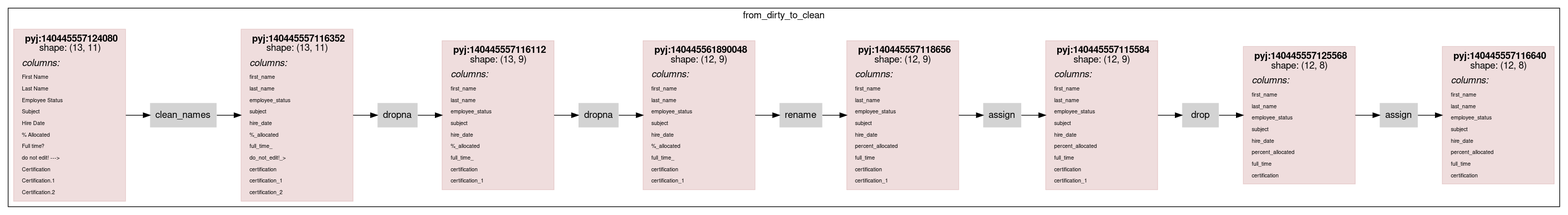
This is scripts/rdflog/dirty-clean-w-cmp.ttl.dot.png from asmirnov69/pyjviz-poc, a Graphviz export, as it was before one commit. Its source is kept beside it as scripts/rdflog/dirty-clean-w-cmp.ttl.dot. The source it was exported from:
```dot
    digraph G {
    rankdir = "LR"
    fontname="Helvetica,Arial,sans-serif"
    node [
      style=filled
      shape=rect
      pencolor="#00000044" // frames color
      fontname="Helvetica,Arial,sans-serif"
      shape=plaintext
    ]
    edge [fontname="Helvetica,Arial,sans-serif"]

node0_0 [
                color="#88000022"
                shape = rect
                label = <<table border="0" cellborder="0" cellspacing="0" cellpadding="4">
                         <tr> <td> <b>pyj:140445557124080</b><br/>shape: (13, 11)</td> </tr>
                         <tr> <td align="left"><i>columns:</i><br align="left"/></td></tr>
                <tr><td align="left"><FONT POINT-SIZE="8px">First Name</FONT></td></tr>
<tr><td align="left"><FONT POINT-SIZE="8px">Last Name</FONT></td></tr>
<tr><td align="left"><FONT POINT-SIZE="8px">Employee Status</FONT></td></tr>
<tr><td align="left"><FONT POINT-SIZE="8px">Subject</FONT></td></tr>
<tr><td align="left"><FONT POINT-SIZE="8px">Hire Date</FONT></td></tr>
<tr><td align="left"><FONT POINT-SIZE="8px">% Allocated</FONT></td></tr>
<tr><td align="left"><FONT POINT-SIZE="8px">Full time?</FONT></td></tr>
<tr><td align="left"><FONT POINT-SIZE="8px">do not edit! ---&gt;</FONT></td></tr>
<tr><td align="left"><FONT POINT-SIZE="8px">Certification</FONT></td></tr>
<tr><td align="left"><FONT POINT-SIZE="8px">Certification.1</FONT></td></tr>
<tr><td align="left"><FONT POINT-SIZE="8px">Certification.2</FONT></td></tr>
                         </table>>
                ];
node0_1 [
                color="#88000022"
                shape = rect
                label = <<table border="0" cellborder="0" cellspacing="0" cellpadding="4">
                         <tr> <td> <b>pyj:140445557116352</b><br/>shape: (13, 11)</td> </tr>
                         <tr> <td align="left"><i>columns:</i><br align="left"/></td></tr>
                <tr><td align="left"><FONT POINT-SIZE="8px">first_name</FONT></td></tr>
<tr><td align="left"><FONT POINT-SIZE="8px">last_name</FONT></td></tr>
<tr><td align="left"><FONT POINT-SIZE="8px">employee_status</FONT></td></tr>
<tr><td align="left"><FONT POINT-SIZE="8px">subject</FONT></td></tr>
<tr><td align="left"><FONT POINT-SIZE="8px">hire_date</FONT></td></tr>
<tr><td align="left"><FONT POINT-SIZE="8px">%_allocated</FONT></td></tr>
<tr><td align="left"><FONT POINT-SIZE="8px">full_time_</FONT></td></tr>
<tr><td align="left"><FONT POINT-SIZE="8px">do_not_edit!_&gt;</FONT></td></tr>
<tr><td align="left"><FONT POINT-SIZE="8px">certification</FONT></td></tr>
<tr><td align="left"><FONT POINT-SIZE="8px">certification_1</FONT></td></tr>
<tr><td align="left"><FONT POINT-SIZE="8px">certification_2</FONT></td></tr>
                         </table>>
                ];
node0_2 [
                color="#88000022"
                shape = rect
                label = <<table border="0" cellborder="0" cellspacing="0" cellpadding="4">
                         <tr> <td> <b>pyj:140445557116112</b><br/>shape: (13, 9)</td> </tr>
                         <tr> <td align="left"><i>columns:</i><br align="left"/></td></tr>
                <tr><td align="left"><FONT POINT-SIZE="8px">first_name</FONT></td></tr>
<tr><td align="left"><FONT POINT-SIZE="8px">last_name</FONT></td></tr>
<tr><td align="left"><FONT POINT-SIZE="8px">employee_status</FONT></td></tr>
<tr><td align="left"><FONT POINT-SIZE="8px">subject</FONT></td></tr>
<tr><td align="left"><FONT POINT-SIZE="8px">hire_date</FONT></td></tr>
<tr><td align="left"><FONT POINT-SIZE="8px">%_allocated</FONT></td></tr>
<tr><td align="left"><FONT POINT-SIZE="8px">full_time_</FONT></td></tr>
<tr><td align="left"><FONT POINT-SIZE="8px">certification</FONT></td></tr>
<tr><td align="left"><FONT POINT-SIZE="8px">certification_1</FONT></td></tr>
                         </table>>
                ];
node0_3 [
                color="#88000022"
                shape = rect
                label = <<table border="0" cellborder="0" cellspacing="0" cellpadding="4">
                         <tr> <td> <b>pyj:140445561890048</b><br/>shape: (12, 9)</td> </tr>
                         <tr> <td align="left"><i>columns:</i><br align="left"/></td></tr>
                <tr><td align="left"><FONT POINT-SIZE="8px">first_name</FONT></td></tr>
<tr><td align="left"><FONT POINT-SIZE="8px">last_name</FONT></td></tr>
<tr><td align="left"><FONT POINT-SIZE="8px">employee_status</FONT></td></tr>
<tr><td align="left"><FONT POINT-SIZE="8px">subject</FONT></td></tr>
<tr><td align="left"><FONT POINT-SIZE="8px">hire_date</FONT></td></tr>
<tr><td align="left"><FONT POINT-SIZE="8px">%_allocated</FONT></td></tr>
<tr><td align="left"><FONT POINT-SIZE="8px">full_time_</FONT></td></tr>
<tr><td align="left"><FONT POINT-SIZE="8px">certification</FONT></td></tr>
<tr><td align="left"><FONT POINT-SIZE="8px">certification_1</FONT></td></tr>
                         </table>>
                ];
node0_4 [
                color="#88000022"
                shape = rect
                label = <<table border="0" cellborder="0" cellspacing="0" cellpadding="4">
                         <tr> <td> <b>pyj:140445557118656</b><br/>shape: (12, 9)</td> </tr>
                         <tr> <td align="left"><i>columns:</i><br align="left"/></td></tr>
                <tr><td align="left"><FONT POINT-SIZE="8px">first_name</FONT></td></tr>
<tr><td align="left"><FONT POINT-SIZE="8px">last_name</FONT></td></tr>
<tr><td align="left"><FONT POINT-SIZE="8px">employee_status</FONT></td></tr>
<tr><td align="left"><FONT POINT-SIZE="8px">subject</FONT></td></tr>
<tr><td align="left"><FONT POINT-SIZE="8px">hire_date</FONT></td></tr>
<tr><td align="left"><FONT POINT-SIZE="8px">percent_allocated</FONT></td></tr>
<tr><td align="left"><FONT POINT-SIZE="8px">full_time</FONT></td></tr>
<tr><td align="left"><FONT POINT-SIZE="8px">certification</FONT></td></tr>
<tr><td align="left"><FONT POINT-SIZE="8px">certification_1</FONT></td></tr>
                         </table>>
                ];
node0_5 [
                color="#88000022"
                shape = rect
                label = <<table border="0" cellborder="0" cellspacing="0" cellpadding="4">
                         <tr> <td> <b>pyj:140445557115584</b><br/>shape: (12, 9)</td> </tr>
                         <tr> <td align="left"><i>columns:</i><br align="left"/></td></tr>
                <tr><td align="left"><FONT POINT-SIZE="8px">first_name</FONT></td></tr>
<tr><td align="left"><FONT POINT-SIZE="8px">last_name</FONT></td></tr>
<tr><td align="left"><FONT POINT-SIZE="8px">employee_status</FONT></td></tr>
<tr><td align="left"><FONT POINT-SIZE="8px">subject</FONT></td></tr>
<tr><td align="left"><FONT POINT-SIZE="8px">hire_date</FONT></td></tr>
<tr><td align="left"><FONT POINT-SIZE="8px">percent_allocated</FONT></td></tr>
<tr><td align="left"><FONT POINT-SIZE="8px">full_time</FONT></td></tr>
<tr><td align="left"><FONT POINT-SIZE="8px">certification</FONT></td></tr>
<tr><td align="left"><FONT POINT-SIZE="8px">certification_1</FONT></td></tr>
                         </table>>
                ];
node0_6 [
                color="#88000022"
                shape = rect
                label = <<table border="0" cellborder="0" cellspacing="0" cellpadding="4">
                         <tr> <td> <b>pyj:140445557125568</b><br/>shape: (12, 8)</td> </tr>
                         <tr> <td align="left"><i>columns:</i><br align="left"/></td></tr>
                <tr><td align="left"><FONT POINT-SIZE="8px">first_name</FONT></td></tr>
<tr><td align="left"><FONT POINT-SIZE="8px">last_name</FONT></td></tr>
<tr><td align="left"><FONT POINT-SIZE="8px">employee_status</FONT></td></tr>
<tr><td align="left"><FONT POINT-SIZE="8px">subject</FONT></td></tr>
<tr><td align="left"><FONT POINT-SIZE="8px">hire_date</FONT></td></tr>
<tr><td align="left"><FONT POINT-SIZE="8px">percent_allocated</FONT></td></tr>
<tr><td align="left"><FONT POINT-SIZE="8px">full_time</FONT></td></tr>
<tr><td align="left"><FONT POINT-SIZE="8px">certification</FONT></td></tr>
                         </table>>
                ];
node0_7 [
                color="#88000022"
                shape = rect
                label = <<table border="0" cellborder="0" cellspacing="0" cellpadding="4">
                         <tr> <td> <b>pyj:140445557116640</b><br/>shape: (12, 8)</td> </tr>
                         <tr> <td align="left"><i>columns:</i><br align="left"/></td></tr>
                <tr><td align="left"><FONT POINT-SIZE="8px">first_name</FONT></td></tr>
<tr><td align="left"><FONT POINT-SIZE="8px">last_name</FONT></td></tr>
<tr><td align="left"><FONT POINT-SIZE="8px">employee_status</FONT></td></tr>
<tr><td align="left"><FONT POINT-SIZE="8px">subject</FONT></td></tr>
<tr><td align="left"><FONT POINT-SIZE="8px">hire_date</FONT></td></tr>
<tr><td align="left"><FONT POINT-SIZE="8px">percent_allocated</FONT></td></tr>
<tr><td align="left"><FONT POINT-SIZE="8px">full_time</FONT></td></tr>
<tr><td align="left"><FONT POINT-SIZE="8px">certification</FONT></td></tr>
                         </table>>
                ];
node0_8 [ label = "clean_names" ];
node0_9 [ label = "dropna" ];
node0_10 [ label = "dropna" ];
node0_11 [ label = "rename" ];
node0_12 [ label = "assign" ];
node0_13 [ label = "drop" ];
node0_14 [ label = "assign" ];
subgraph cluster_0 {
label = "from_dirty_to_clean";
node0_0 -> node0_8;
node0_1 -> node0_9;
node0_2 -> node0_10;
node0_3 -> node0_11;
node0_4 -> node0_12;
node0_5 -> node0_13;
node0_6 -> node0_14;
node0_8 -> node0_1;
node0_9 -> node0_2;
node0_10 -> node0_3;
node0_11 -> node0_4;
node0_12 -> node0_5;
node0_13 -> node0_6;
node0_14 -> node0_7;
}
}
```
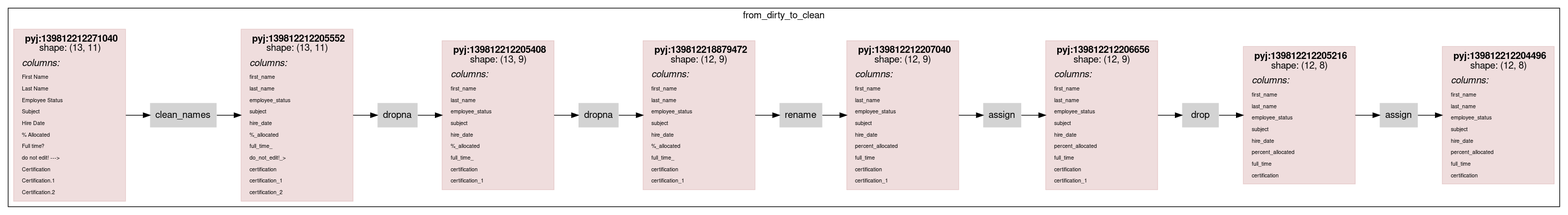
After the commit.

What changed in the source:
```diff
@@ -14,7 +14,7 @@
                 color="#88000022"
                 shape = rect
                 label = <<table border="0" cellborder="0" cellspacing="0" cellpadding="4">
-                         <tr> <td> <b>pyj:140445557124080</b><br/>shape: (13, 11)</td> </tr>
+                         <tr> <td> <b>pyj:139812212271040</b><br/>shape: (13, 11)</td> </tr>
                          <tr> <td align="left"><i>columns:</i><br align="left"/></td></tr>
                 <tr><td align="left"><FONT POINT-SIZE="8px">First Name</FONT></td></tr>
 <tr><td align="left"><FONT POINT-SIZE="8px">Last Name</FONT></td></tr>
@@ -33,7 +33,7 @@
                 color="#88000022"
                 shape = rect
                 label = <<table border="0" cellborder="0" cellspacing="0" cellpadding="4">
-                         <tr> <td> <b>pyj:140445557116352</b><br/>shape: (13, 11)</td> </tr>
+                         <tr> <td> <b>pyj:139812212205552</b><br/>shape: (13, 11)</td> </tr>
                          <tr> <td align="left"><i>columns:</i><br align="left"/></td></tr>
                 <tr><td align="left"><FONT POINT-SIZE="8px">first_name</FONT></td></tr>
 <tr><td align="left"><FONT POINT-SIZE="8px">last_name</FONT></td></tr>
@@ -52,7 +52,7 @@
                 color="#88000022"
                 shape = rect
                 label = <<table border="0" cellborder="0" cellspacing="0" cellpadding="4">
-                         <tr> <td> <b>pyj:140445557116112</b><br/>shape: (13, 9)</td> </tr>
+                         <tr> <td> <b>pyj:139812212205408</b><br/>shape: (13, 9)</td> </tr>
                          <tr> <td align="left"><i>columns:</i><br align="left"/></td></tr>
                 <tr><td align="left"><FONT POINT-SIZE="8px">first_name</FONT></td></tr>
 <tr><td align="left"><FONT POINT-SIZE="8px">last_name</FONT></td></tr>
@@ -69,7 +69,7 @@
                 color="#88000022"
                 shape = rect
                 label = <<table border="0" cellborder="0" cellspacing="0" cellpadding="4">
-                         <tr> <td> <b>pyj:140445561890048</b><br/>shape: (12, 9)</td> </tr>
+                         <tr> <td> <b>pyj:139812218879472</b><br/>shape: (12, 9)</td> </tr>
                          <tr> <td align="left"><i>columns:</i><br align="left"/></td></tr>
                 <tr><td align="left"><FONT POINT-SIZE="8px">first_name</FONT></td></tr>
 <tr><td align="left"><FONT POINT-SIZE="8px">last_name</FONT></td></tr>
@@ -86,7 +86,7 @@
                 color="#88000022"
                 shape = rect
                 label = <<table border="0" cellborder="0" cellspacing="0" cellpadding="4">
-                         <tr> <td> <b>pyj:140445557118656</b><br/>shape: (12, 9)</td> </tr>
+                         <tr> <td> <b>pyj:139812212207040</b><br/>shape: (12, 9)</td> </tr>
                          <tr> <td align="left"><i>columns:</i><br align="left"/></td></tr>
                 <tr><td align="left"><FONT POINT-SIZE="8px">first_name</FONT></td></tr>
 <tr><td align="left"><FONT POINT-SIZE="8px">last_name</FONT></td></tr>
@@ -103,7 +103,7 @@
                 color="#88000022"
                 shape = rect
                 label = <<table border="0" cellborder="0" cellspacing="0" cellpadding="4">
-                         <tr> <td> <b>pyj:140445557115584</b><br/>shape: (12, 9)</td> </tr>
+                         <tr> <td> <b>pyj:139812212206656</b><br/>shape: (12, 9)</td> </tr>
                          <tr> <td align="left"><i>columns:</i><br align="left"/></td></tr>
                 <tr><td align="left"><FONT POINT-SIZE="8px">first_name</FONT></td></tr>
 <tr><td align="left"><FONT POINT-SIZE="8px">last_name</FONT></td></tr>
@@ -120,7 +120,7 @@
                 color="#88000022"
                 shape = rect
                 label = <<table border="0" cellborder="0" cellspacing="0" cellpadding="4">
-                         <tr> <td> <b>pyj:140445557125568</b><br/>shape: (12, 8)</td> </tr>
+                         <tr> <td> <b>pyj:139812212205216</b><br/>shape: (12, 8)</td> </tr>
                          <tr> <td align="left"><i>columns:</i><br align="left"/></td></tr>
                 <tr><td align="left"><FONT POINT-SIZE="8px">first_name</FONT></td></tr>
 <tr><td align="left"><FONT POINT-SIZE="8px">last_name</FONT></td></tr>
@@ -136,7 +136,7 @@
                 color="#88000022"
                 shape = rect
                 label = <<table border="0" cellborder="0" cellspacing="0" cellpadding="4">
-                         <tr> <td> <b>pyj:140445557116640</b><br/>shape: (12, 8)</td> </tr>
+                         <tr> <td> <b>pyj:139812212204496</b><br/>shape: (12, 8)</td> </tr>
                          <tr> <td align="left"><i>columns:</i><br align="left"/></td></tr>
                 <tr><td align="left"><FONT POINT-SIZE="8px">first_name</FONT></td></tr>
 <tr><td align="left"><FONT POINT-SIZE="8px">last_name</FONT></td></tr>
```
